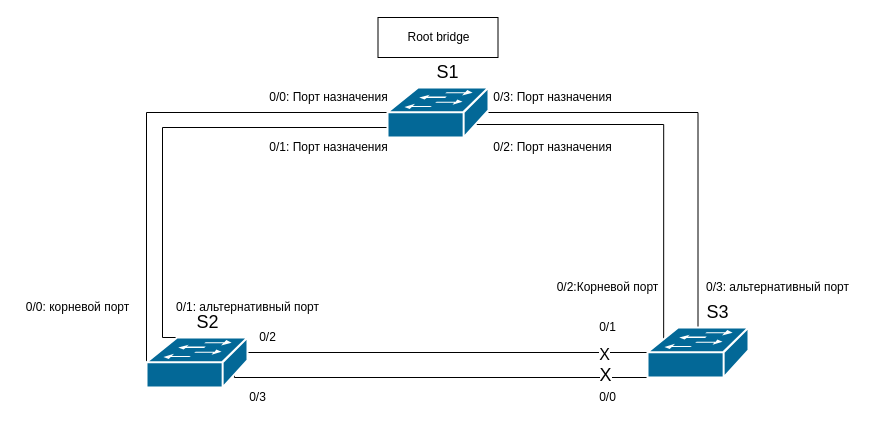
Earlier version of the draw.io diagram page "Page-2" (2 of 2) of 3_lab/Schema.drawio (rain360z/otus-networks). Source tidied: cells renumbered, new cells numbered last; positions are measured from the earlier drawing's top-left corner, leaving out a move shared by most shapes. Both pictures are drawn from the tidied source at 100%, with x=0, y=0 at pixel (17, 17).
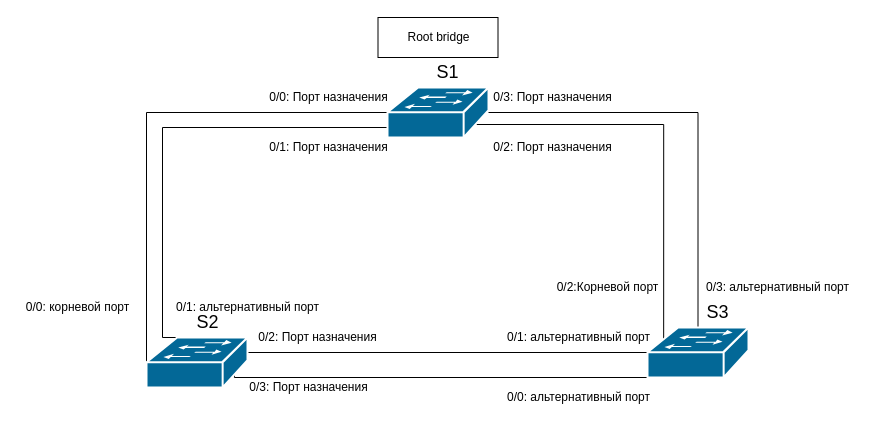
The same diagram, later.

The change refers to these unchanged cells:
```xml
<mxCell id="8" style="edgeStyle=orthogonalEdgeStyle;rounded=0;jettySize=auto;html=1;exitX=0.98;exitY=0.5;exitDx=0;exitDy=0;exitPerimeter=0;endArrow=none;endFill=0;fontSize=18;entryX=0;entryY=0.5;entryDx=0;entryDy=0;entryPerimeter=0;" parent="1" edge="1" source="12" target="13">
  <mxGeometry relative="1" as="geometry">
    <Array as="points">
      <mxPoint x="228" y="335" />
    </Array>
  </mxGeometry>
</mxCell>
<mxCell id="10" style="edgeStyle=orthogonalEdgeStyle;rounded=0;jettySize=auto;html=1;endArrow=none;endFill=0;fontSize=18;exitX=0.87;exitY=0.74;exitDx=0;exitDy=0;exitPerimeter=0;" parent="1" edge="1" source="12" target="13">
  <mxGeometry relative="1" as="geometry">
    <Array as="points">
      <mxPoint x="217" y="360" />
    </Array>
  </mxGeometry>
</mxCell>
```

The edit, as a diff of the source:
```diff
@@
-    <mxCell id="9" value="&lt;font size=&quot;3&quot;&gt;X&lt;/font&gt;" style="edgeLabel;html=1;align=center;verticalAlign=middle;" parent="8" vertex="1">
-      <mxGeometry x="0.79" y="-1" relative="1" as="geometry" />
-    </mxCell>
@@
-    <mxCell id="11" value="&lt;font style=&quot;font-size: 18px&quot;&gt;X&lt;/font&gt;" style="edgeLabel;html=1;align=center;verticalAlign=middle;" parent="10" vertex="1">
-      <mxGeometry x="0.8" y="3" relative="1" as="geometry" />
-    </mxCell>
@@
-    <mxCell id="21" value="0/1" style="text;html=1;align=center;verticalAlign=middle;" parent="1" vertex="1">
-      <mxGeometry x="575" y="300" width="30" height="20" as="geometry" />
-    </mxCell>
-    <mxCell id="22" value="0/0" style="text;html=1;align=center;verticalAlign=middle;" parent="1" vertex="1">
-      <mxGeometry x="575" y="370" width="30" height="20" as="geometry" />
+    <mxCell id="22" value="0/0: альтернативный порт" style="text;html=1;align=center;verticalAlign=middle;" parent="1" vertex="1">
+      <mxGeometry x="480.5" y="370" width="160" height="20" as="geometry" />
     </mxCell>
@@
-    <mxCell id="28" value="0/2" style="text;html=1;align=center;verticalAlign=middle;" parent="1" vertex="1">
-      <mxGeometry x="235" y="310" width="30" height="20" as="geometry" />
-    </mxCell>
-    <mxCell id="29" value="0/3" style="text;html=1;align=center;verticalAlign=middle;" parent="1" vertex="1">
-      <mxGeometry x="225" y="370" width="30" height="20" as="geometry" />
-    </mxCell>
+    <mxCell id="30" value="0/1: альтернативный порт" style="text;html=1;align=center;verticalAlign=middle;" parent="1" vertex="1">
+      <mxGeometry x="480.5" y="310" width="160" height="20" as="geometry" />
+    </mxCell>
+    <mxCell id="31" value="0/2: Порт назначения" style="text;html=1;align=center;verticalAlign=middle;" parent="1" vertex="1">
+      <mxGeometry x="230" y="310" width="140" height="20" as="geometry" />
+    </mxCell>
+    <mxCell id="32" value="0/3: Порт назначения" style="text;html=1;align=center;verticalAlign=middle;" parent="1" vertex="1">
+      <mxGeometry x="220.5" y="360" width="140" height="20" as="geometry" />
+    </mxCell>
```
